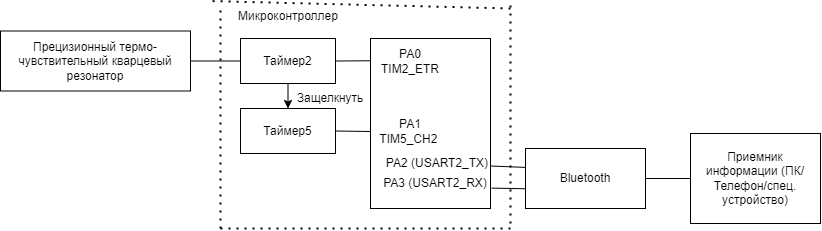
Above: DOC/images/Structura.png in Luda-Seliv-KE-413/Kursovoy (draw.io), before the change. Source tidied: cells renumbered, new cells last; positions are measured from the earlier drawing's top-left corner, leaving out a move shared by most shapes.
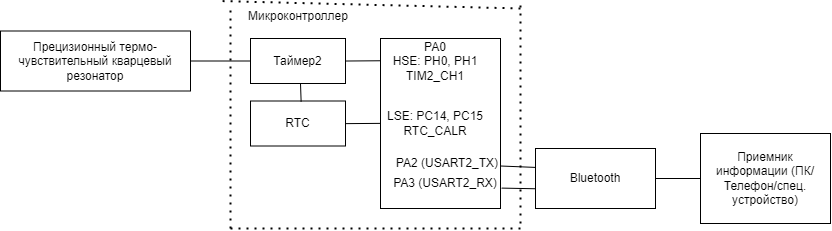
After the commit.

Change to the diagram source:
```diff
@@ -9,7 +9,7 @@
       <mxGeometry x="525" y="148" width="120" height="60" as="geometry" />
     </mxCell>
     <mxCell id="4" value="Прецизионный термо-чувствительный кварцевый резонатор" style="rounded=0;whiteSpace=wrap;html=1;" parent="1" vertex="1">
-      <mxGeometry y="30.5" width="190" height="60" as="geometry" />
+      <mxGeometry x="-10" y="30.5" width="190" height="60" as="geometry" />
     </mxCell>
     <mxCell id="5" value="Приемник информации (ПК/Телефон/спец. устройство)" style="rounded=0;whiteSpace=wrap;html=1;" parent="1" vertex="1">
       <mxGeometry x="690" y="133" width="130" height="90" as="geometry" />
@@ -70,25 +70,25 @@
         <mxPoint x="369.9" y="60.3" as="targetPoint" />
       </mxGeometry>
     </mxCell>
-    <mxCell id="19" value="PA0&lt;br&gt;TIM2_ETR" style="text;html=1;align=center;verticalAlign=middle;whiteSpace=wrap;rounded=0;" parent="1" vertex="1">
-      <mxGeometry x="380" y="45.5" width="60" height="30" as="geometry" />
+    <mxCell id="19" value="PA0&lt;br&gt;HSE: PH0, PH1&lt;br&gt;TIM2_CH1" style="text;html=1;align=center;verticalAlign=middle;whiteSpace=wrap;rounded=0;" parent="1" vertex="1">
+      <mxGeometry x="380" y="45.5" width="90" height="30" as="geometry" />
     </mxCell>
-    <mxCell id="20" value="Таймер5" style="rounded=0;whiteSpace=wrap;html=1;" parent="1" vertex="1">
-      <mxGeometry x="240" y="108" width="95" height="45" as="geometry" />
+    <mxCell id="20" value="RTC" style="rounded=0;whiteSpace=wrap;html=1;" parent="1" vertex="1">
+      <mxGeometry x="240" y="100.5" width="95" height="45" as="geometry" />
     </mxCell>
-    <mxCell id="21" style="endArrow=none;html=1;rounded=0;exitX=1;exitY=0.5;exitDx=0;exitDy=0;" parent="1" edge="1" source="20">
-      <mxGeometry relative="1" as="geometry">
-        <mxPoint x="370" y="131" as="targetPoint" />
-      </mxGeometry>
-    </mxCell>
+    <mxCell id="25" style="endArrow=none;html=1;rounded=0;exitX=0.533;exitY=0.017;exitDx=0;exitDy=0;exitPerimeter=0;" parent="1" edge="1" source="20">
+      <mxGeometry relative="1" as="geometry">
+        <mxPoint x="290" y="83" as="targetPoint" />
+      </mxGeometry>
+    </mxCell>
-    <mxCell id="22" value="PA1&lt;br&gt;TIM5_CH2&amp;nbsp;" style="text;html=1;align=center;verticalAlign=middle;whiteSpace=wrap;rounded=0;" parent="1" vertex="1">
-      <mxGeometry x="380" y="115.5" width="60" height="30" as="geometry" />
+    <mxCell id="22" value="LSE: PC14, PC15&lt;br&gt;RTC_CALR" style="text;html=1;align=center;verticalAlign=middle;whiteSpace=wrap;rounded=0;" parent="1" vertex="1">
+      <mxGeometry x="375" y="108" width="100" height="30" as="geometry" />
     </mxCell>
-    <mxCell id="23" style="endArrow=classic;html=1;rounded=0;exitX=0.5;exitY=1;exitDx=0;exitDy=0;entryX=0.5;entryY=0;entryDx=0;entryDy=0;" parent="1" edge="1" source="17" target="20">
-      <mxGeometry relative="1" as="geometry" />
-    </mxCell>
-    <mxCell id="24" value="Защелкнуть" style="text;html=1;align=center;verticalAlign=middle;whiteSpace=wrap;rounded=0;" parent="1" vertex="1">
-      <mxGeometry x="300" y="83" width="60" height="30" as="geometry" />
-    </mxCell>
+    <mxCell id="26" style="endArrow=none;html=1;rounded=0;exitX=1;exitY=0.75;exitDx=0;exitDy=0;entryX=-0.001;entryY=0.197;entryDx=0;entryDy=0;entryPerimeter=0;" parent="1" edge="1">
+      <mxGeometry relative="1" as="geometry">
+        <mxPoint x="335.1" y="123.1" as="sourcePoint" />
+        <mxPoint x="370" y="122.9" as="targetPoint" />
+      </mxGeometry>
+    </mxCell>
   </root>
 </mxGraphModel>
```
